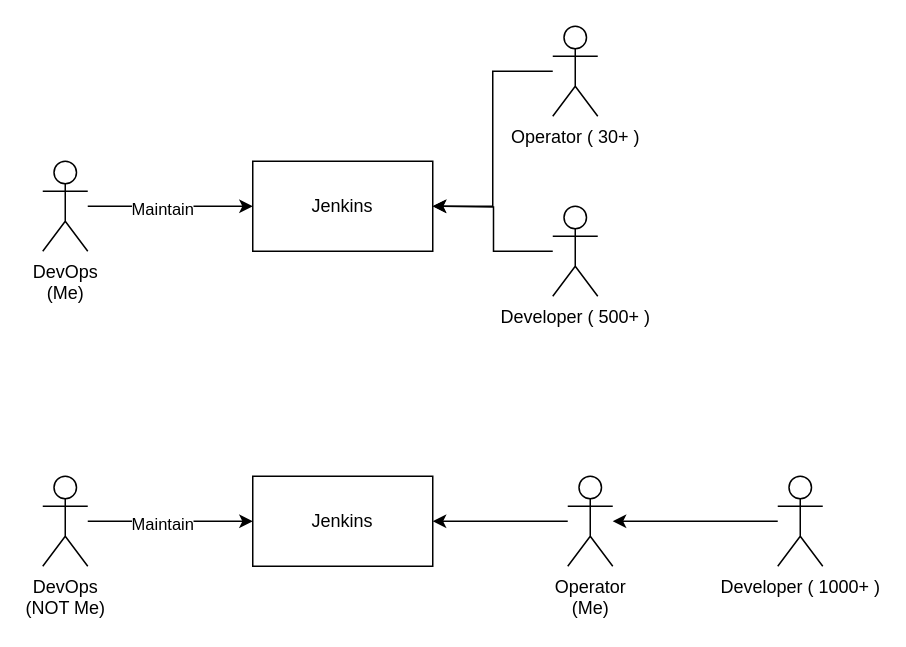
Before: jenkins.drawio in 98yejin/diagrams, a draw.io diagram. Source tidied: cells renumbered, new cells numbered last; positions are measured from the earlier drawing's top-left corner, leaving out a move shared by most shapes. Both pictures are drawn from the tidied source at 150%, with x=0, y=0 at pixel (42, 26).
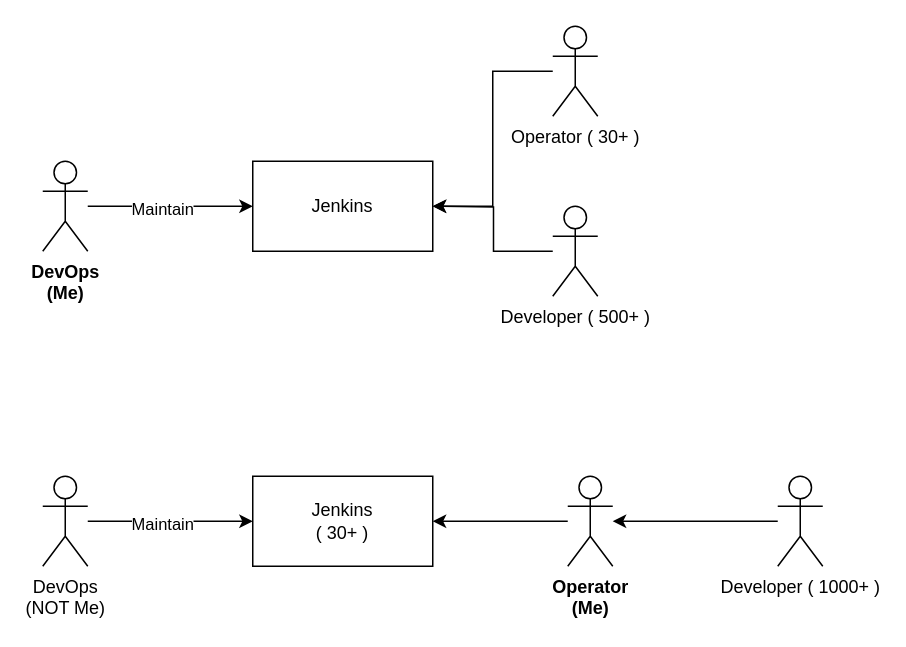
The same page after the edit.

The edit, as a diff of the source:
```diff
@@
 <mxGraphModel>
   <root>
     <mxCell id="0" />
     <mxCell id="1" parent="0" />
     <mxCell id="2" style="edgeStyle=orthogonalEdgeStyle;rounded=0;jettySize=auto;html=1;entryX=0;entryY=0.5;entryDx=0;entryDy=0;" parent="1" edge="1" source="4" target="5">
       <mxGeometry relative="1" as="geometry" />
     </mxCell>
     <mxCell id="3" value="Maintain" style="edgeLabel;html=1;align=center;verticalAlign=middle;" parent="2" vertex="1">
       <mxGeometry x="-0.11" y="-1" relative="1" as="geometry" />
     </mxCell>
-    <mxCell id="4" value="DevOps&lt;div&gt;(Me)&lt;/div&gt;" style="shape=umlActor;verticalLabelPosition=bottom;verticalAlign=top;html=1;outlineConnect=0;" parent="1" vertex="1">
+    <mxCell id="4" value="&lt;b&gt;DevOps&lt;/b&gt;&lt;div&gt;&lt;b&gt;(Me)&lt;/b&gt;&lt;/div&gt;" style="shape=umlActor;verticalLabelPosition=bottom;verticalAlign=top;html=1;outlineConnect=0;" parent="1" vertex="1">
       <mxGeometry y="90" width="30" height="60" as="geometry" />
     </mxCell>
     <mxCell id="5" value="Jenkins" style="rounded=0;whiteSpace=wrap;html=1;" parent="1" vertex="1">
       <mxGeometry x="140" y="90" width="120" height="60" as="geometry" />
     </mxCell>
     <mxCell id="6" style="edgeStyle=orthogonalEdgeStyle;rounded=0;jettySize=auto;html=1;entryX=1;entryY=0.5;entryDx=0;entryDy=0;" parent="1" edge="1" source="7" target="5">
       <mxGeometry relative="1" as="geometry" />
     </mxCell>
     <mxCell id="7" value="Operator ( 30+ )" style="shape=umlActor;verticalLabelPosition=bottom;verticalAlign=top;html=1;outlineConnect=0;" parent="1" vertex="1">
       <mxGeometry x="340" width="30" height="60" as="geometry" />
     </mxCell>
     <mxCell id="8" style="edgeStyle=orthogonalEdgeStyle;rounded=0;jettySize=auto;html=1;" parent="1" edge="1" source="9">
       <mxGeometry relative="1" as="geometry">
         <mxPoint x="260" y="120" as="targetPoint" />
       </mxGeometry>
     </mxCell>
     <mxCell id="9" value="Developer ( 500+ )" style="shape=umlActor;verticalLabelPosition=bottom;verticalAlign=top;html=1;outlineConnect=0;" parent="1" vertex="1">
       <mxGeometry x="340" y="120" width="30" height="60" as="geometry" />
     </mxCell>
     <mxCell id="10" style="edgeStyle=orthogonalEdgeStyle;rounded=0;jettySize=auto;html=1;entryX=0;entryY=0.5;entryDx=0;entryDy=0;" parent="1" edge="1" source="12" target="13">
       <mxGeometry relative="1" as="geometry" />
     </mxCell>
     <mxCell id="11" value="Maintain" style="edgeLabel;html=1;align=center;verticalAlign=middle;" parent="10" vertex="1">
       <mxGeometry x="-0.11" y="-1" relative="1" as="geometry" />
     </mxCell>
     <mxCell id="12" value="DevOps&lt;div&gt;(NOT Me)&lt;/div&gt;" style="shape=umlActor;verticalLabelPosition=bottom;verticalAlign=top;html=1;outlineConnect=0;" parent="1" vertex="1">
       <mxGeometry y="300" width="30" height="60" as="geometry" />
     </mxCell>
-    <mxCell id="13" value="Jenkins" style="rounded=0;whiteSpace=wrap;html=1;" parent="1" vertex="1">
+    <mxCell id="13" value="Jenkins&lt;div&gt;( 30+ )&lt;/div&gt;" style="rounded=0;whiteSpace=wrap;html=1;" parent="1" vertex="1">
       <mxGeometry x="140" y="300" width="120" height="60" as="geometry" />
     </mxCell>
     <mxCell id="14" style="edgeStyle=orthogonalEdgeStyle;rounded=0;jettySize=auto;html=1;entryX=1;entryY=0.5;entryDx=0;entryDy=0;" parent="1" edge="1" source="15" target="13">
       <mxGeometry relative="1" as="geometry" />
     </mxCell>
-    <mxCell id="15" value="Operator&lt;div&gt;(Me)&lt;/div&gt;" style="shape=umlActor;verticalLabelPosition=bottom;verticalAlign=top;html=1;outlineConnect=0;" parent="1" vertex="1">
+    <mxCell id="15" value="&lt;b&gt;Operator&lt;/b&gt;&lt;div&gt;&lt;b&gt;(Me)&lt;/b&gt;&lt;/div&gt;" style="shape=umlActor;verticalLabelPosition=bottom;verticalAlign=top;html=1;outlineConnect=0;" parent="1" vertex="1">
       <mxGeometry x="350" y="300" width="30" height="60" as="geometry" />
     </mxCell>
     <mxCell id="16" style="edgeStyle=orthogonalEdgeStyle;rounded=0;jettySize=auto;html=1;" parent="1" edge="1" source="17" target="15">
       <mxGeometry relative="1" as="geometry" />
     </mxCell>
     <mxCell id="17" value="Developer ( 1000+ )" style="shape=umlActor;verticalLabelPosition=bottom;verticalAlign=top;html=1;outlineConnect=0;" parent="1" vertex="1">
       <mxGeometry x="490" y="300" width="30" height="60" as="geometry" />
     </mxCell>
   </root>
 </mxGraphModel>
```
